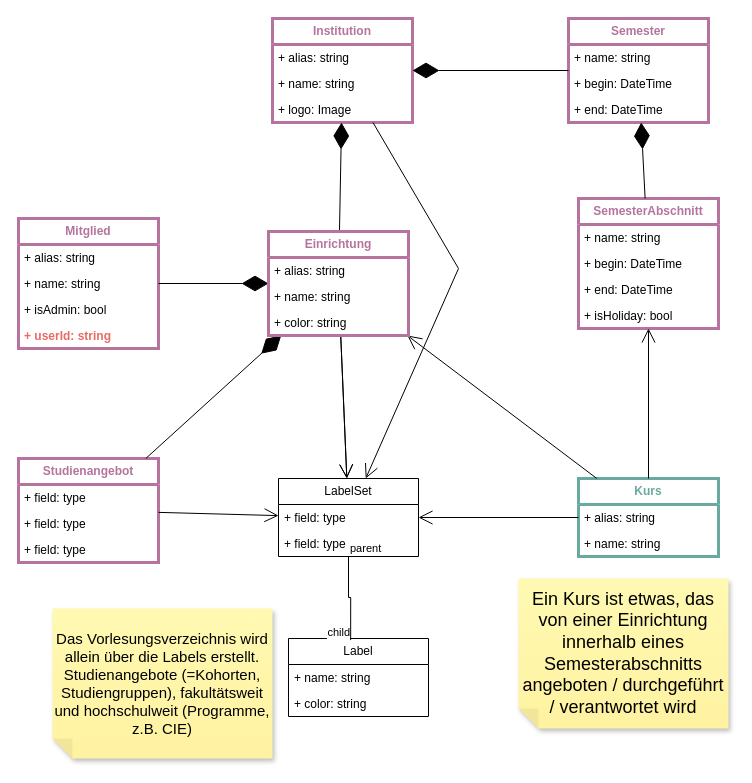
Above: page 2 of 3 of docs/drawings/class_model_modules.drawio in AccelerateX-org/NINE (draw.io), before the change. Source tidied: cells renumbered, new cells numbered last; positions are measured from the earlier drawing's top-left corner, leaving out a move shared by most shapes. Both pictures are drawn from the tidied source at 100%, with x=0, y=0 at pixel (18, 18).
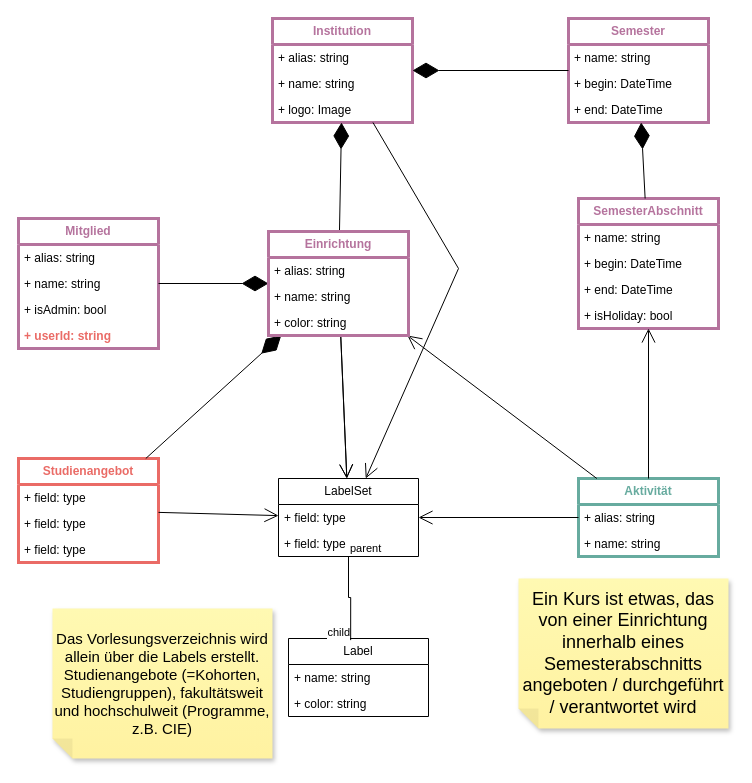
Above is the later version.

The edit, as a diff of the source:
```diff
@@
-    <mxCell id="24" value="Kurs" style="swimlane;fontStyle=1;horizontal=1;startSize=26;fillColor=none;whiteSpace=wrap;html=1;fontColor=#67AB9F;strokeColor=#67AB9F;strokeWidth=3;" parent="1" vertex="1">
+    <mxCell id="24" value="Aktivität" style="swimlane;fontStyle=1;horizontal=1;startSize=26;fillColor=none;whiteSpace=wrap;html=1;fontColor=#67AB9F;strokeColor=#67AB9F;strokeWidth=3;" parent="1" vertex="1">
       <mxGeometry x="560" y="460" width="140" height="78" as="geometry" />
     </mxCell>
@@
-    <mxCell id="27" value="Studienangebot" style="swimlane;fontStyle=1;horizontal=1;startSize=26;fillColor=none;whiteSpace=wrap;html=1;strokeColor=#B5739D;fontColor=#B5739D;strokeWidth=3;" parent="1" vertex="1">
+    <mxCell id="27" value="Studienangebot" style="swimlane;fontStyle=1;horizontal=1;startSize=26;fillColor=none;whiteSpace=wrap;html=1;strokeColor=#EA6B66;fontColor=#EA6B66;strokeWidth=3;" parent="1" vertex="1">
       <mxGeometry y="440" width="140" height="104" as="geometry" />
     </mxCell>
```
